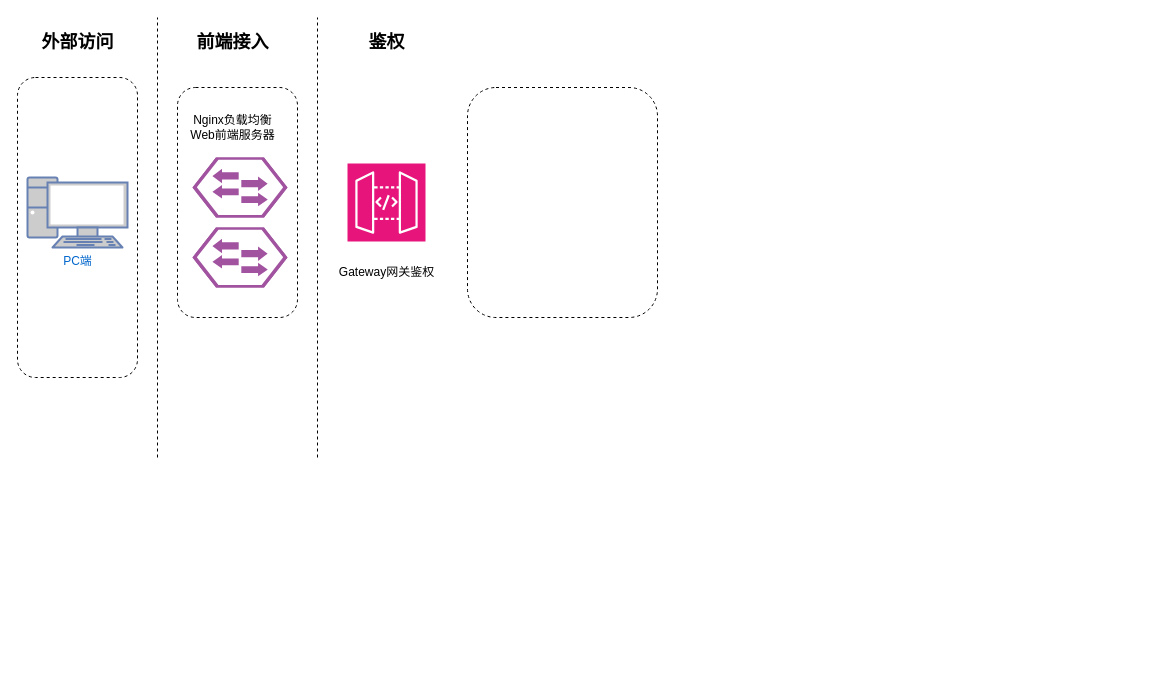
The draw.io diagram 部署架构图.drawio in jaywin2u/practices, before the edit. Source tidied: cells renumbered, new cells numbered last; positions are measured from the earlier drawing's top-left corner, leaving out a move shared by most shapes. Both pictures are drawn from the tidied source at 100%, with x=0, y=0 at pixel (17, 17).
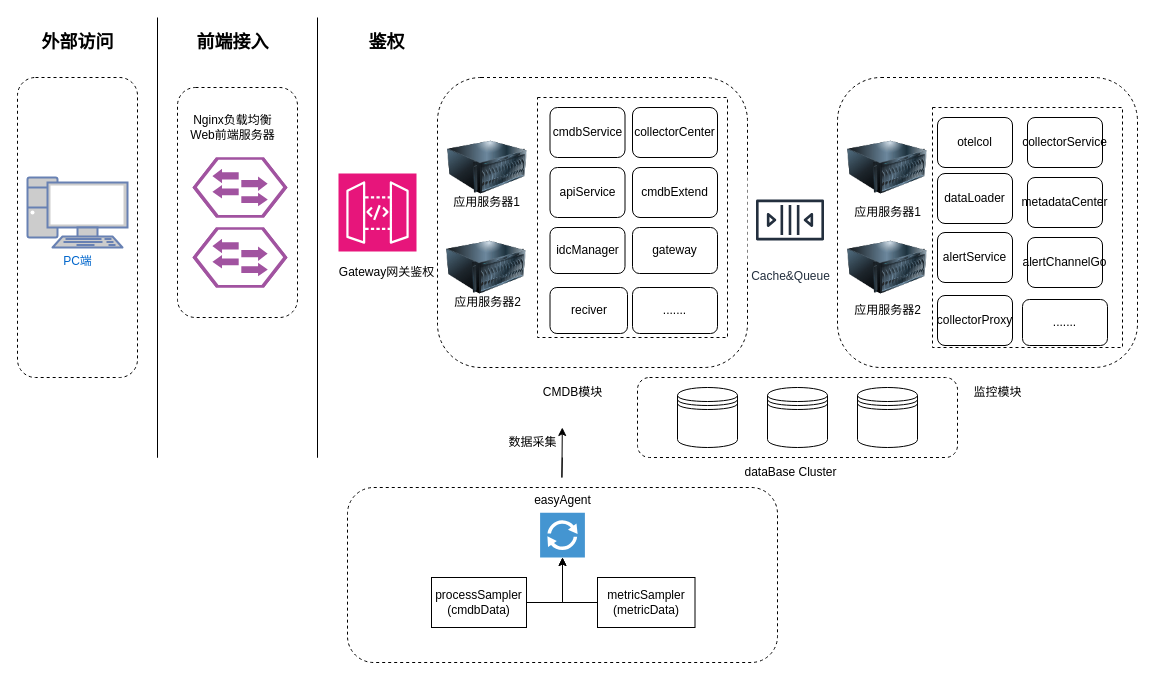
The same page after the edit.

Commit message (it also covers changes not shown here):
更新部署架构图.drawio

Diff of the diagram source:
```diff
@@
+    <mxCell id="16" style="rounded=1;whiteSpace=wrap;html=1;strokeColor=default;align=center;verticalAlign=middle;fontFamily=Helvetica;fontSize=12;fontColor=default;fillColor=default;dashed=1;" parent="1" vertex="1">
+      <mxGeometry x="620" y="360" width="320" height="80" as="geometry" />
+    </mxCell>
@@
-    <mxCell id="4" style="endArrow=none;dashed=1;html=1;rounded=0;fontStyle=0;fontWeight=1;strokeColor=default;" parent="1" edge="1">
-      <mxGeometry relative="1" as="geometry">
-        <mxPoint x="140" y="440" as="sourcePoint" />
-        <mxPoint x="140" as="targetPoint" />
-      </mxGeometry>
-    </mxCell>
@@
-    <mxCell id="7" style="endArrow=none;dashed=1;html=1;rounded=0;fontFamily=Helvetica;fontSize=12;fontColor=default;" parent="1" edge="1">
-      <mxGeometry relative="1" as="geometry">
-        <mxPoint x="300" y="440" as="sourcePoint" />
-        <mxPoint x="300" as="targetPoint" />
-      </mxGeometry>
-    </mxCell>
@@
     <mxCell id="12" style="sketch=0;fontColor=#232F3E;fillColor=#E7157B;strokeColor=#ffffff;dashed=0;verticalLabelPosition=bottom;verticalAlign=top;align=center;html=1;fontSize=12;fontStyle=0;shape=mxgraph.aws4.resourceIcon;resIcon=mxgraph.aws4.api_gateway;rounded=0;fontFamily=Helvetica;" parent="1" vertex="1">
-      <mxGeometry x="330" y="146" width="78" height="78" as="geometry" />
+      <mxGeometry x="321" y="156" width="78" height="78" as="geometry" />
     </mxCell>
@@
     <mxCell id="15" style="rounded=1;whiteSpace=wrap;html=1;dashed=1;" parent="1" vertex="1">
-      <mxGeometry x="450" y="70" width="190" height="230" as="geometry" />
+      <mxGeometry x="420" y="60" width="310" height="290" as="geometry" />
     </mxCell>
+    <mxCell id="17" style="image;html=1;image=img/lib/clip_art/computers/Server_128x128.png;rounded=0;strokeColor=default;align=center;verticalAlign=middle;fontFamily=Helvetica;fontSize=12;fontColor=default;fillColor=default;" parent="1" vertex="1">
+      <mxGeometry x="430" y="110" width="80" height="80" as="geometry" />
+    </mxCell>
+    <mxCell id="18" style="image;html=1;image=img/lib/clip_art/computers/Server_128x128.png;rounded=0;strokeColor=default;align=center;verticalAlign=middle;fontFamily=Helvetica;fontSize=12;fontColor=default;fillColor=default;" parent="1" vertex="1">
+      <mxGeometry x="429" y="210" width="80" height="80" as="geometry" />
+    </mxCell>
+    <mxCell id="19" style="rounded=0;whiteSpace=wrap;html=1;strokeColor=default;align=center;verticalAlign=middle;fontFamily=Helvetica;fontSize=12;fontColor=default;fillColor=default;dashed=1;" parent="1" vertex="1">
+      <mxGeometry x="520" y="80" width="190" height="240" as="geometry" />
+    </mxCell>
+    <mxCell id="20" value="CMDB模块" style="text;html=1;align=center;verticalAlign=middle;strokeColor=none;fillColor=none;fontFamily=Helvetica;fontSize=12;fontColor=default;" parent="1" vertex="1">
+      <mxGeometry x="515" y="360" width="80" height="30" as="geometry" />
+    </mxCell>
+    <mxCell id="21" value="应用服务器2" style="text;html=1;align=center;verticalAlign=middle;strokeColor=none;fillColor=none;fontFamily=Helvetica;fontSize=12;fontColor=default;" parent="1" vertex="1">
+      <mxGeometry x="425" y="270" width="90" height="30" as="geometry" />
+    </mxCell>
+    <mxCell id="22" value="应用服务器1" style="text;html=1;align=center;verticalAlign=middle;strokeColor=none;fillColor=none;fontFamily=Helvetica;fontSize=12;fontColor=default;" parent="1" vertex="1">
+      <mxGeometry x="424" y="170" width="90" height="30" as="geometry" />
+    </mxCell>
+    <mxCell id="23" value="cmdbService" style="rounded=1;whiteSpace=wrap;html=1;strokeColor=default;align=center;verticalAlign=middle;fontFamily=Helvetica;fontSize=12;fontColor=default;fillColor=default;" parent="1" vertex="1">
+      <mxGeometry x="532.5" y="90" width="75" height="50" as="geometry" />
+    </mxCell>
+    <mxCell id="24" value="collectorCenter" style="rounded=1;whiteSpace=wrap;html=1;strokeColor=default;align=center;verticalAlign=middle;fontFamily=Helvetica;fontSize=12;fontColor=default;fillColor=default;" parent="1" vertex="1">
+      <mxGeometry x="615" y="90" width="85" height="50" as="geometry" />
+    </mxCell>
+    <mxCell id="25" value="apiService" style="rounded=1;whiteSpace=wrap;html=1;strokeColor=default;align=center;verticalAlign=middle;fontFamily=Helvetica;fontSize=12;fontColor=default;fillColor=default;" parent="1" vertex="1">
+      <mxGeometry x="532.5" y="150" width="75" height="50" as="geometry" />
+    </mxCell>
+    <mxCell id="26" value="cmdbExtend" style="rounded=1;whiteSpace=wrap;html=1;strokeColor=default;align=center;verticalAlign=middle;fontFamily=Helvetica;fontSize=12;fontColor=default;fillColor=default;" parent="1" vertex="1">
+      <mxGeometry x="615" y="150" width="85" height="50" as="geometry" />
+    </mxCell>
+    <mxCell id="27" value="idcManager" style="rounded=1;whiteSpace=wrap;html=1;strokeColor=default;align=center;verticalAlign=middle;fontFamily=Helvetica;fontSize=12;fontColor=default;fillColor=default;" parent="1" vertex="1">
+      <mxGeometry x="532.5" y="210" width="75" height="46" as="geometry" />
+    </mxCell>
+    <mxCell id="28" value="reciver" style="rounded=1;whiteSpace=wrap;html=1;strokeColor=default;align=center;verticalAlign=middle;fontFamily=Helvetica;fontSize=12;fontColor=default;fillColor=default;" parent="1" vertex="1">
+      <mxGeometry x="532.5" y="270" width="77.5" height="46" as="geometry" />
+    </mxCell>
+    <mxCell id="29" value="gateway" style="rounded=1;whiteSpace=wrap;html=1;strokeColor=default;align=center;verticalAlign=middle;fontFamily=Helvetica;fontSize=12;fontColor=default;fillColor=default;" parent="1" vertex="1">
+      <mxGeometry x="615" y="210" width="85" height="46" as="geometry" />
+    </mxCell>
+    <mxCell id="30" value="......." style="rounded=1;whiteSpace=wrap;html=1;strokeColor=default;align=center;verticalAlign=middle;fontFamily=Helvetica;fontSize=12;fontColor=default;fillColor=default;" parent="1" vertex="1">
+      <mxGeometry x="615" y="270" width="85" height="46" as="geometry" />
+    </mxCell>
+    <mxCell id="31" style="rounded=1;whiteSpace=wrap;html=1;strokeColor=default;align=center;verticalAlign=middle;fontFamily=Helvetica;fontSize=12;fontColor=default;fillColor=default;dashed=1;" parent="1" vertex="1">
+      <mxGeometry x="330" y="470" width="430" height="175" as="geometry" />
+    </mxCell>
+    <mxCell id="32" style="shadow=0;dashed=0;html=1;strokeColor=none;fillColor=#4495D1;labelPosition=center;verticalLabelPosition=bottom;verticalAlign=top;align=center;outlineConnect=0;shape=mxgraph.veeam.2d.proxy;rounded=0;fontFamily=Helvetica;fontSize=12;fontColor=default;" parent="1" vertex="1">
+      <mxGeometry x="522.6" y="495.2" width="44.8" height="44.8" as="geometry" />
+    </mxCell>
+    <mxCell id="33" style="edgeStyle=orthogonalEdgeStyle;rounded=0;jettySize=auto;html=1;fontFamily=Helvetica;fontSize=12;fontColor=default;" parent="1" edge="1" source="34" target="32">
+      <mxGeometry relative="1" as="geometry" />
+    </mxCell>
+    <mxCell id="34" value="processSampler&lt;br&gt;(cmdbData)" style="html=1;dashed=0;whiteSpace=wrap;rounded=0;strokeColor=default;align=center;verticalAlign=middle;fontFamily=Helvetica;fontSize=12;fontColor=default;fillColor=default;" parent="1" vertex="1">
+      <mxGeometry x="414" y="560" width="95" height="50" as="geometry" />
+    </mxCell>
+    <mxCell id="35" style="edgeStyle=orthogonalEdgeStyle;rounded=0;jettySize=auto;html=1;fontFamily=Helvetica;fontSize=12;fontColor=default;" parent="1" edge="1" source="36" target="32">
+      <mxGeometry relative="1" as="geometry" />
+    </mxCell>
+    <mxCell id="36" value="metricSampler&lt;br&gt;(metricData)" style="html=1;dashed=0;whiteSpace=wrap;rounded=0;strokeColor=default;align=center;verticalAlign=middle;fontFamily=Helvetica;fontSize=12;fontColor=default;fillColor=default;" parent="1" vertex="1">
+      <mxGeometry x="580" y="560" width="97.5" height="50" as="geometry" />
+    </mxCell>
+    <mxCell id="37" value="easyAgent&lt;div&gt;&lt;br&gt;&lt;/div&gt;" style="text;html=1;align=center;verticalAlign=middle;strokeColor=none;fillColor=none;fontFamily=Helvetica;fontSize=12;fontColor=default;" parent="1" vertex="1">
+      <mxGeometry x="505" y="470" width="80" height="40" as="geometry" />
+    </mxCell>
+    <mxCell id="38" style="endArrow=classic;html=1;rounded=0;fontFamily=Helvetica;fontSize=12;fontColor=default;" parent="1" edge="1">
+      <mxGeometry relative="1" as="geometry">
+        <mxPoint x="544.8" y="440" as="sourcePoint" />
+        <mxPoint x="544.8" y="410" as="targetPoint" />
+        <Array as="points">
+          <mxPoint x="544.4" y="460" />
+        </Array>
+      </mxGeometry>
+    </mxCell>
+    <mxCell id="39" value="数据采集" style="text;html=1;align=center;verticalAlign=middle;strokeColor=none;fillColor=none;fontFamily=Helvetica;fontSize=12;fontColor=default;" parent="1" vertex="1">
+      <mxGeometry x="480" y="410" width="70" height="30" as="geometry" />
+    </mxCell>
+    <mxCell id="40" style="shape=datastore;whiteSpace=wrap;html=1;rounded=0;strokeColor=default;align=center;verticalAlign=middle;fontFamily=Helvetica;fontSize=12;fontColor=default;fillColor=default;" parent="1" vertex="1">
+      <mxGeometry x="660" y="370" width="60" height="60" as="geometry" />
+    </mxCell>
+    <mxCell id="41" style="shape=datastore;whiteSpace=wrap;html=1;rounded=0;strokeColor=default;align=center;verticalAlign=middle;fontFamily=Helvetica;fontSize=12;fontColor=default;fillColor=default;" parent="1" vertex="1">
+      <mxGeometry x="750" y="370" width="60" height="60" as="geometry" />
+    </mxCell>
+    <mxCell id="42" style="shape=datastore;whiteSpace=wrap;html=1;rounded=0;strokeColor=default;align=center;verticalAlign=middle;fontFamily=Helvetica;fontSize=12;fontColor=default;fillColor=default;" parent="1" vertex="1">
+      <mxGeometry x="840" y="370" width="60" height="60" as="geometry" />
+    </mxCell>
+    <mxCell id="43" value="&lt;div&gt;Cache&amp;amp;&lt;span style=&quot;background-color: initial;&quot;&gt;Queue&lt;/span&gt;&lt;/div&gt;" style="sketch=0;fontColor=#232F3E;gradientColor=none;strokeColor=#232F3E;fillColor=#ffffff;dashed=0;verticalLabelPosition=bottom;verticalAlign=top;align=center;html=1;fontSize=12;fontStyle=0;shape=mxgraph.aws4.resourceIcon;resIcon=mxgraph.aws4.queue;rounded=0;fontFamily=Helvetica;" parent="1" vertex="1">
+      <mxGeometry x="730" y="160" width="85" height="85" as="geometry" />
+    </mxCell>
+    <mxCell id="44" style="rounded=1;whiteSpace=wrap;html=1;dashed=1;" parent="1" vertex="1">
+      <mxGeometry x="820" y="60" width="300" height="290" as="geometry" />
+    </mxCell>
+    <mxCell id="45" style="image;html=1;image=img/lib/clip_art/computers/Server_128x128.png;rounded=0;strokeColor=default;align=center;verticalAlign=middle;fontFamily=Helvetica;fontSize=12;fontColor=default;fillColor=default;" parent="1" vertex="1">
+      <mxGeometry x="830" y="110" width="80" height="80" as="geometry" />
+    </mxCell>
+    <mxCell id="46" style="image;html=1;image=img/lib/clip_art/computers/Server_128x128.png;rounded=0;strokeColor=default;align=center;verticalAlign=middle;fontFamily=Helvetica;fontSize=12;fontColor=default;fillColor=default;" parent="1" vertex="1">
+      <mxGeometry x="830" y="210" width="80" height="80" as="geometry" />
+    </mxCell>
+    <mxCell id="47" value="应用服务器1" style="text;html=1;align=center;verticalAlign=middle;strokeColor=none;fillColor=none;fontFamily=Helvetica;fontSize=12;fontColor=default;" parent="1" vertex="1">
+      <mxGeometry x="825" y="180" width="90" height="30" as="geometry" />
+    </mxCell>
+    <mxCell id="48" value="应用服务器2" style="text;html=1;align=center;verticalAlign=middle;strokeColor=none;fillColor=none;fontFamily=Helvetica;fontSize=12;fontColor=default;" parent="1" vertex="1">
+      <mxGeometry x="825" y="278" width="90" height="30" as="geometry" />
+    </mxCell>
+    <mxCell id="49" value="监控模块" style="text;html=1;align=center;verticalAlign=middle;strokeColor=none;fillColor=none;fontFamily=Helvetica;fontSize=12;fontColor=default;" parent="1" vertex="1">
+      <mxGeometry x="945" y="360" width="70" height="30" as="geometry" />
+    </mxCell>
+    <mxCell id="50" style="rounded=0;whiteSpace=wrap;html=1;strokeColor=default;align=center;verticalAlign=middle;fontFamily=Helvetica;fontSize=12;fontColor=default;fillColor=default;dashed=1;" parent="1" vertex="1">
+      <mxGeometry x="915" y="90" width="190" height="240" as="geometry" />
+    </mxCell>
+    <mxCell id="51" value="otelcol" style="rounded=1;whiteSpace=wrap;html=1;strokeColor=default;align=center;verticalAlign=middle;fontFamily=Helvetica;fontSize=12;fontColor=default;fillColor=default;" parent="1" vertex="1">
+      <mxGeometry x="920" y="100" width="75" height="50" as="geometry" />
+    </mxCell>
+    <mxCell id="52" value="collectorService" style="rounded=1;whiteSpace=wrap;html=1;strokeColor=default;align=center;verticalAlign=middle;fontFamily=Helvetica;fontSize=12;fontColor=default;fillColor=default;" parent="1" vertex="1">
+      <mxGeometry x="1010" y="100" width="75" height="50" as="geometry" />
+    </mxCell>
+    <mxCell id="53" value="dataLoader" style="rounded=1;whiteSpace=wrap;html=1;strokeColor=default;align=center;verticalAlign=middle;fontFamily=Helvetica;fontSize=12;fontColor=default;fillColor=default;" parent="1" vertex="1">
+      <mxGeometry x="920" y="156" width="75" height="50" as="geometry" />
+    </mxCell>
+    <mxCell id="54" value="metadataCenter" style="rounded=1;whiteSpace=wrap;html=1;strokeColor=default;align=center;verticalAlign=middle;fontFamily=Helvetica;fontSize=12;fontColor=default;fillColor=default;" parent="1" vertex="1">
+      <mxGeometry x="1010" y="160" width="75" height="50" as="geometry" />
+    </mxCell>
+    <mxCell id="55" value="alertService" style="rounded=1;whiteSpace=wrap;html=1;strokeColor=default;align=center;verticalAlign=middle;fontFamily=Helvetica;fontSize=12;fontColor=default;fillColor=default;" parent="1" vertex="1">
+      <mxGeometry x="920" y="215" width="75" height="50" as="geometry" />
+    </mxCell>
+    <mxCell id="56" value="alertChannelGo" style="rounded=1;whiteSpace=wrap;html=1;strokeColor=default;align=center;verticalAlign=middle;fontFamily=Helvetica;fontSize=12;fontColor=default;fillColor=default;" parent="1" vertex="1">
+      <mxGeometry x="1010" y="220" width="75" height="50" as="geometry" />
+    </mxCell>
+    <mxCell id="57" value="collectorProxy" style="rounded=1;whiteSpace=wrap;html=1;strokeColor=default;align=center;verticalAlign=middle;fontFamily=Helvetica;fontSize=12;fontColor=default;fillColor=default;" parent="1" vertex="1">
+      <mxGeometry x="920" y="278" width="75" height="50" as="geometry" />
+    </mxCell>
+    <mxCell id="58" value="......." style="rounded=1;whiteSpace=wrap;html=1;strokeColor=default;align=center;verticalAlign=middle;fontFamily=Helvetica;fontSize=12;fontColor=default;fillColor=default;" parent="1" vertex="1">
+      <mxGeometry x="1005" y="282" width="85" height="46" as="geometry" />
+    </mxCell>
+    <mxCell id="59" value="dataBase Cluster" style="text;html=1;align=center;verticalAlign=middle;strokeColor=none;fillColor=none;fontFamily=Helvetica;fontSize=12;fontColor=default;" parent="1" vertex="1">
+      <mxGeometry x="712.5" y="440" width="120" height="30" as="geometry" />
+    </mxCell>
+    <mxCell id="60" style="endArrow=none;html=1;rounded=0;fontFamily=Helvetica;fontSize=15;fontColor=default;fontStyle=1;" parent="1" edge="1">
+      <mxGeometry relative="1" as="geometry">
+        <mxPoint x="140" y="20" as="sourcePoint" />
+        <mxPoint x="140" as="targetPoint" />
+        <Array as="points">
+          <mxPoint x="140" y="440" />
+        </Array>
+      </mxGeometry>
+    </mxCell>
+    <mxCell id="61" style="endArrow=none;html=1;rounded=0;fontFamily=Helvetica;fontSize=15;fontColor=default;fontStyle=1;" parent="1" edge="1">
+      <mxGeometry relative="1" as="geometry">
+        <mxPoint x="300" y="20" as="sourcePoint" />
+        <mxPoint x="300" as="targetPoint" />
+        <Array as="points">
+          <mxPoint x="300" y="440" />
+          <mxPoint x="300" y="240" />
+        </Array>
+      </mxGeometry>
+    </mxCell>
```
